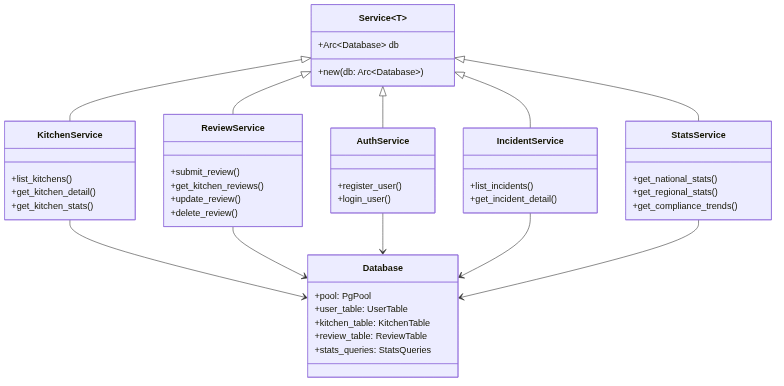
FAZuH/MonitorMBG keeps this Mermaid diagram as docs/diagrams/service-layer-pattern.png. Above is the earlier version. Its source is kept beside it as docs/diagrams/service-layer-pattern.mmd. Source of this version:
```mermaid
classDiagram
    class Service~T~ {
        +Arc~Database~ db
        +new(db: Arc~Database~)
    }

    class KitchenService {
        +list_kitchens()
        +get_kitchen_detail()
        +get_kitchen_stats()
    }

    class ReviewService {
        +submit_review()
        +get_kitchen_reviews()
        +update_review()
        +delete_review()
    }

    class AuthService {
        +register_user()
        +login_user()
    }

    class IncidentService {
        +list_incidents()
        +get_incident_detail()
    }

    class StatsService {
        +get_national_stats()
        +get_regional_stats()
        +get_compliance_trends()
    }

    Service <|-- KitchenService
    Service <|-- ReviewService
    Service <|-- AuthService
    Service <|-- IncidentService
    Service <|-- StatsService

    class Database {
        +pool: PgPool
        +user_table: UserTable
        +kitchen_table: KitchenTable
        +review_table: ReviewTable
        +stats_queries: StatsQueries
    }

    KitchenService --> Database
    ReviewService --> Database
    AuthService --> Database
    IncidentService --> Database
    StatsService --> Database
```
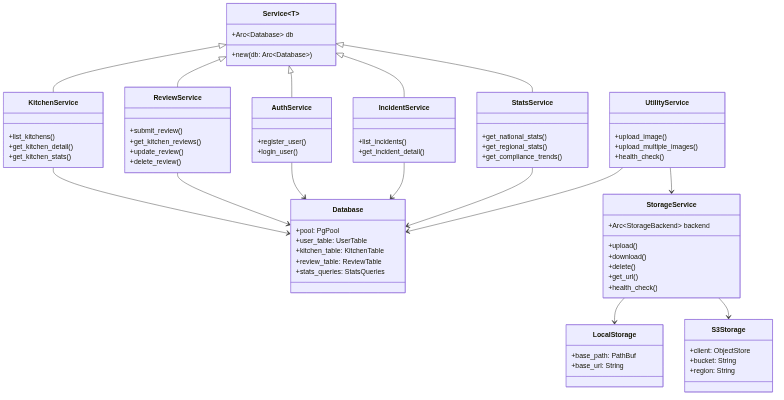
After the commit.

Commit message:
docs: Add storage backend docs

Diff of the diagram source:
```diff
@@ -33,6 +33,21 @@
         +get_compliance_trends()
     }
 
+    class StorageService {
+        +Arc~StorageBackend~ backend
+        +upload()
+        +download()
+        +delete()
+        +get_url()
+        +health_check()
+    }
+
+    class UtilityService {
+        +upload_image()
+        +upload_multiple_images()
+        +health_check()
+    }
+
     Service <|-- KitchenService
     Service <|-- ReviewService
     Service <|-- AuthService
@@ -52,3 +67,18 @@
     AuthService --> Database
     IncidentService --> Database
     StatsService --> Database
+    UtilityService --> Database
+    UtilityService --> StorageService
+    StorageService --> LocalStorage
+    StorageService --> S3Storage
+
+    class LocalStorage {
+        +base_path: PathBuf
+        +base_url: String
+    }
+
+    class S3Storage {
+        +client: ObjectStore
+        +bucket: String
+        +region: String
+    }
```
